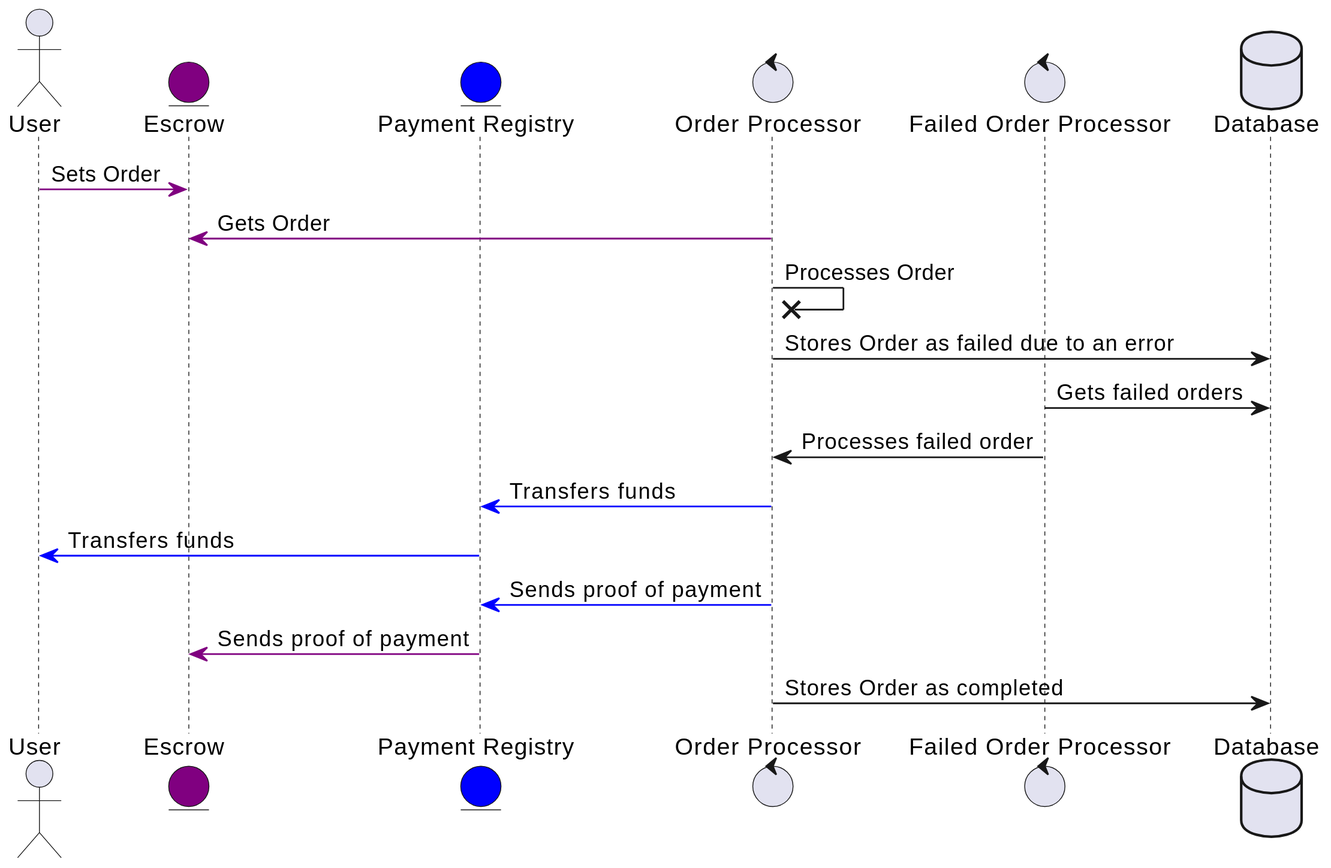
Earlier version of the PlantUML export mm-bot/docs/images/failed_orders.svg (yetanotherco/yet-another-bridge).
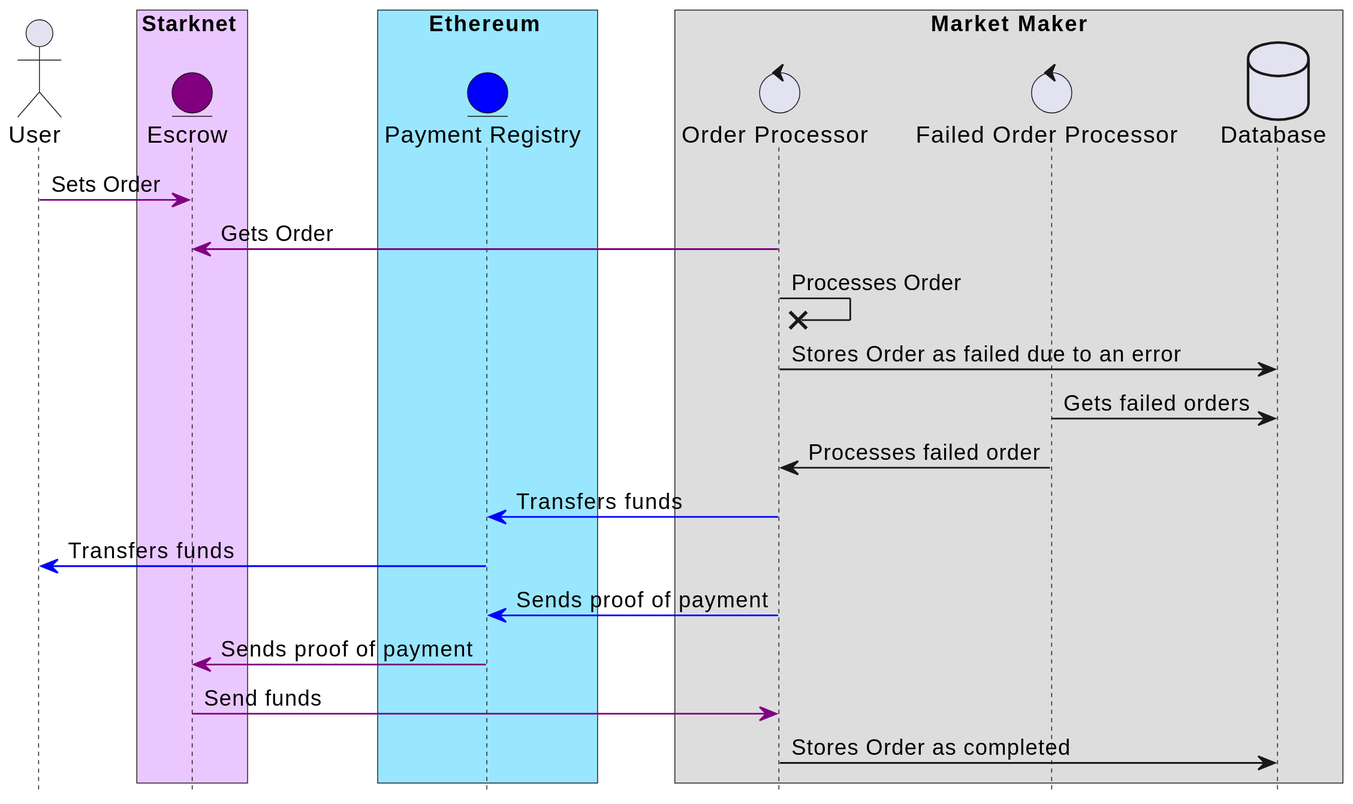
The same file after the commit.

What changed in the source:
```diff
@@ -1,10 +1,17 @@
 @startuml
+hide footbox
 actor User as U
+box Starknet #ebc7ff
 entity Escrow as E #purple
+end box
+box Ethereum #99e6ff
 entity "Payment Registry" as PR #blue
+end box
+box "Market Maker"
 control "Order Processor" as OP
 control "Failed Order Processor" as FOP
 database Database
+end box
 
 U -[#purple]> E : Sets Order
 OP -[#purple]> E : Gets Order
@@ -16,5 +23,6 @@
 PR -[#blue]> U: Transfers funds
 OP -[#blue]> PR : Sends proof of payment
 PR -[#purple]> E : Sends proof of payment
+E -[#purple]> OP : Send funds
 OP -> Database : Stores Order as completed
 @enduml
```
